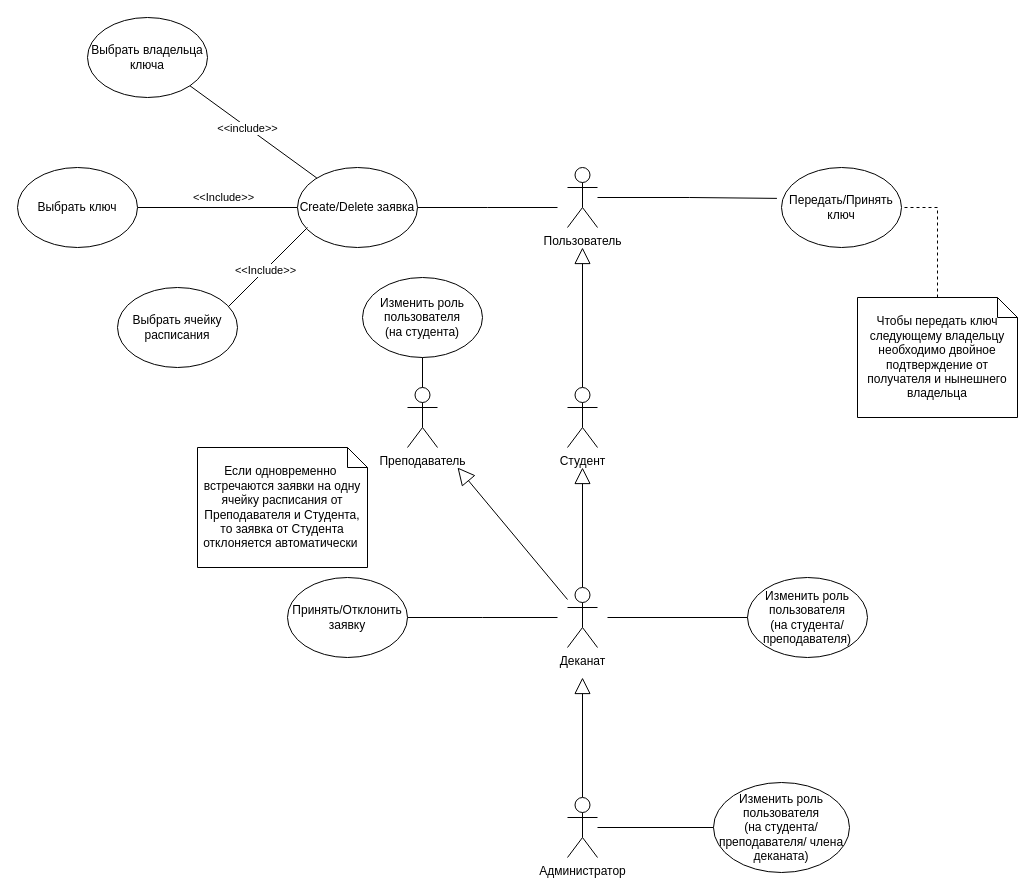
The draw.io diagram UseCase.drawio in brunohits/Key-monitoring, before the edit. Source tidied: cells renumbered, new cells numbered last; positions are measured from the earlier drawing's top-left corner, leaving out a move shared by most shapes. Both pictures are drawn from the tidied source at 100%, with x=0, y=0 at pixel (17, 17).
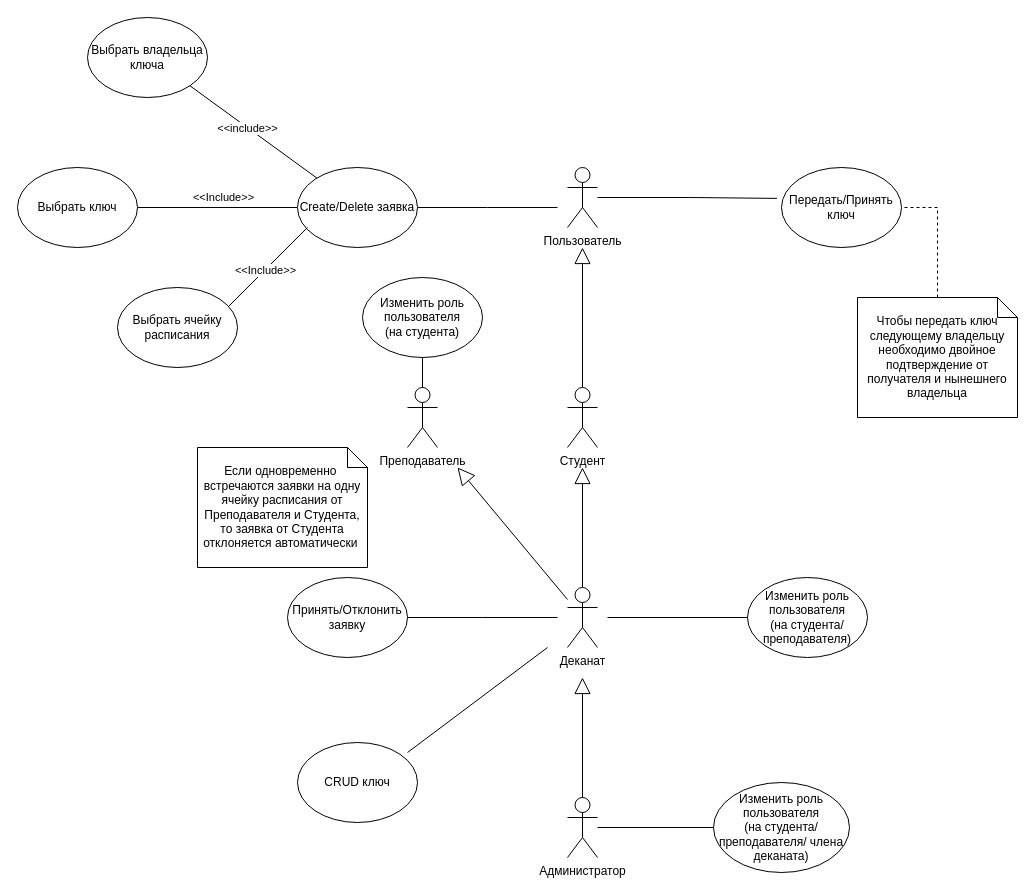
The same page after the edit.

Commit message:
Добавление сценария CRUD ключ

Добавлен сценарий "CRUD ключ" для актера Деканат

The edit, as a diff of the source:
```diff
@@
+    <mxCell id="35" value="CRUD ключ" style="ellipse;whiteSpace=wrap;html=1;" parent="1" vertex="1">
+      <mxGeometry x="280" y="725" width="120" height="80" as="geometry" />
+    </mxCell>
+    <mxCell id="36" style="endArrow=none;html=1;rounded=0;exitX=0.917;exitY=0.125;exitDx=0;exitDy=0;exitPerimeter=0;" parent="1" edge="1" source="35">
+      <mxGeometry relative="1" as="geometry">
+        <mxPoint x="530" y="630" as="targetPoint" />
+      </mxGeometry>
+    </mxCell>
```
